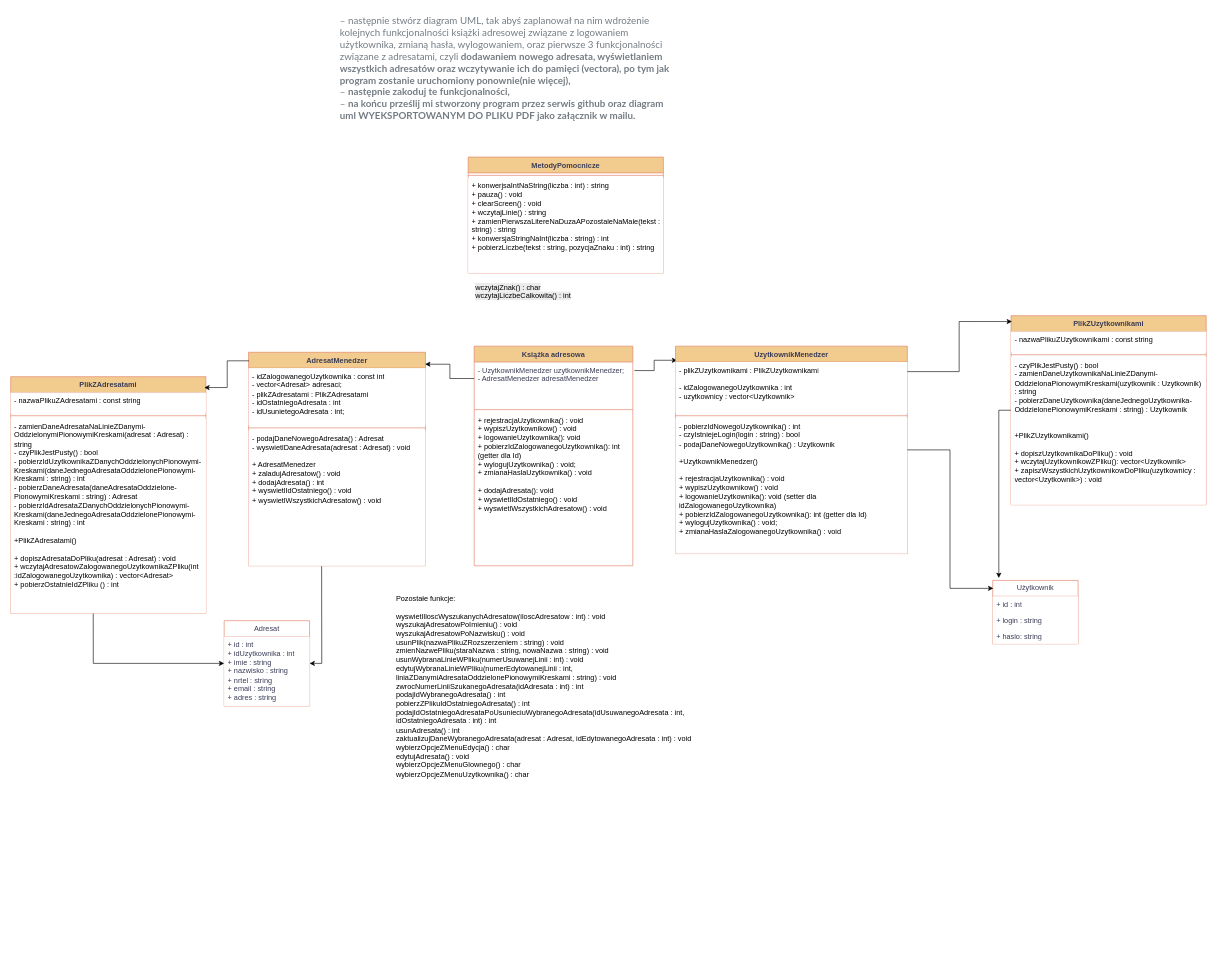
Before: Ksiazka adresowa.drawio in endyyKD/KsiazkaAdresowa_OOP, a draw.io diagram. Source tidied: cells renumbered, new cells numbered last; positions are measured from the earlier drawing's top-left corner, leaving out a move shared by most shapes. Both pictures are drawn from the tidied source at 61%, with x=0, y=0 at pixel (10, 10).
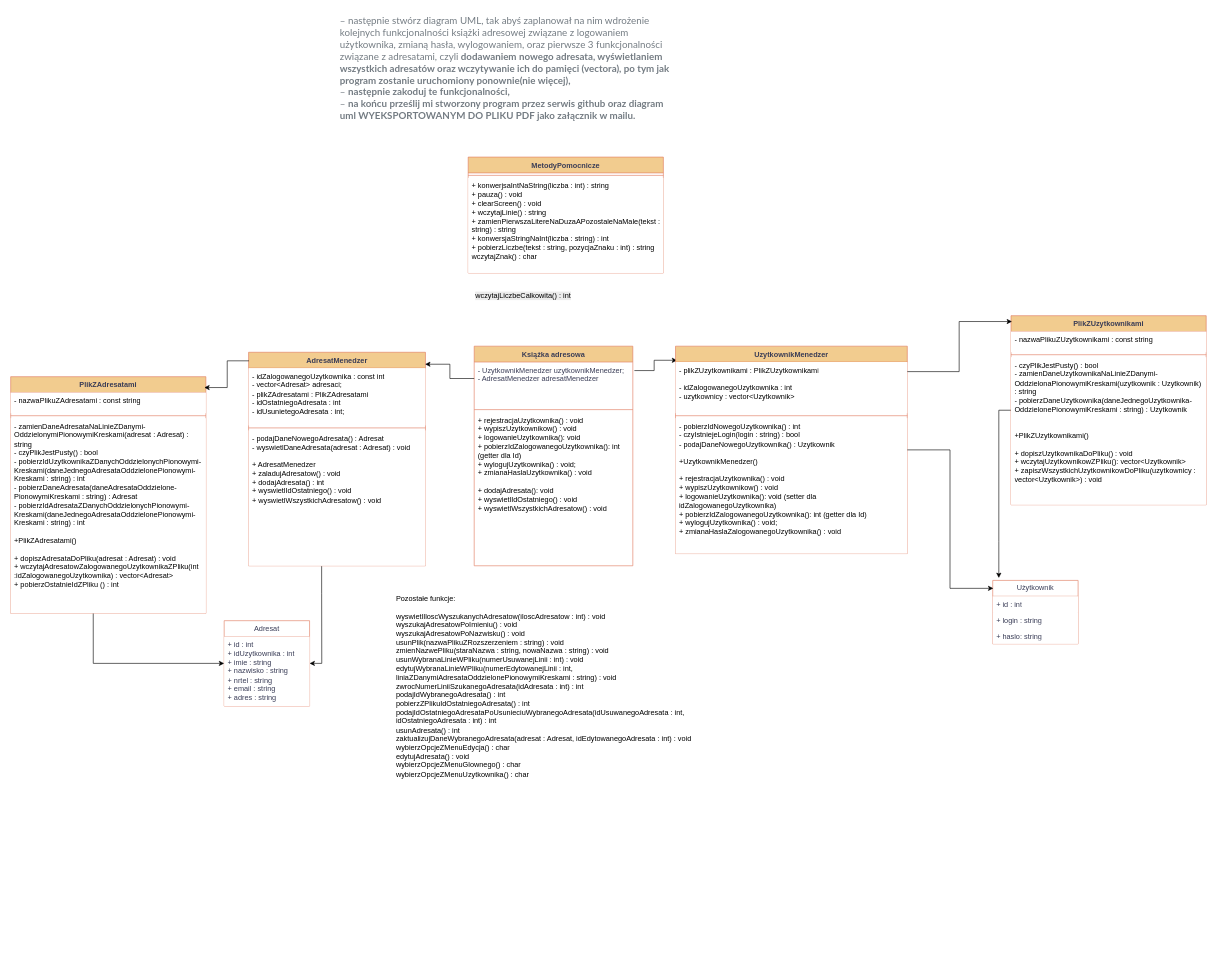
The same page after the edit.

Unchanged cells that the change refers to:
```xml
<mxCell id="20" value="MetodyPomocnicze" style="swimlane;fontStyle=1;align=center;verticalAlign=top;horizontal=1;startSize=26;whiteSpace=wrap;html=1;labelBackgroundColor=none;fillColor=#F2CC8F;strokeColor=#E07A5F;fontColor=#393C56;" parent="1" vertex="1">
  <mxGeometry x="750" y="240" width="320" height="190" as="geometry" />
</mxCell>
```

Diff of the diagram source:
```diff
@@
-    <mxCell id="22" value="&lt;div&gt;&lt;span style=&quot;color: rgb(0, 0, 0);&quot;&gt;+ konwerjsaIntNaString(liczba : int) : string&lt;/span&gt;&lt;/div&gt;&lt;div&gt;&lt;span style=&quot;color: rgb(0, 0, 0);&quot;&gt;&lt;span style=&quot;color: rgb(0, 0, 0);&quot;&gt;+ pauza() : void&lt;/span&gt;&lt;br style=&quot;padding: 0px; margin: 0px; color: rgb(0, 0, 0);&quot;&gt;&lt;span style=&quot;color: rgb(0, 0, 0);&quot;&gt;+ clearScreen() : void&lt;/span&gt;&lt;/span&gt;&lt;/div&gt;&lt;div&gt;&lt;span style=&quot;color: rgb(0, 0, 0);&quot;&gt;&lt;span style=&quot;color: rgb(0, 0, 0);&quot;&gt;+ wczytajLinie() : string&lt;/span&gt;&lt;/span&gt;&lt;/div&gt;&lt;div&gt;&lt;span style=&quot;color: rgb(0, 0, 0);&quot;&gt;&lt;span style=&quot;color: rgb(0, 0, 0);&quot;&gt;+ zamienPierwszaLitereNaDuzaAPozostaleNaMale(tekst : string) : string&lt;/span&gt;&lt;/span&gt;&lt;/div&gt;&lt;div&gt;&lt;span style=&quot;color: rgb(0, 0, 0);&quot;&gt;&lt;span style=&quot;color: rgb(0, 0, 0);&quot;&gt;+ konwersjaStringNaInt(liczba : string) : int&lt;/span&gt;&lt;/span&gt;&lt;/div&gt;&lt;div&gt;&lt;span style=&quot;color: rgb(0, 0, 0);&quot;&gt;&lt;span style=&quot;color: rgb(0, 0, 0);&quot;&gt;+&amp;nbsp;&lt;/span&gt;&lt;/span&gt;&lt;span style=&quot;color: rgb(0, 0, 0); background-color: transparent;&quot;&gt;pobierzLiczbe(tekst : string, pozycjaZnaku : int) : string&lt;/span&gt;&lt;/div&gt;" style="text;strokeColor=none;fillColor=default;align=left;verticalAlign=top;spacingLeft=4;spacingRight=4;overflow=hidden;whiteSpace=wrap;html=1;labelBackgroundColor=none;fontColor=#393C56;" parent="20" vertex="1">
+    <mxCell id="22" value="&lt;div&gt;&lt;span style=&quot;color: rgb(0, 0, 0);&quot;&gt;+ konwerjsaIntNaString(liczba : int) : string&lt;/span&gt;&lt;/div&gt;&lt;div&gt;&lt;span style=&quot;color: rgb(0, 0, 0);&quot;&gt;&lt;span style=&quot;color: rgb(0, 0, 0);&quot;&gt;+ pauza() : void&lt;/span&gt;&lt;br style=&quot;padding: 0px; margin: 0px; color: rgb(0, 0, 0);&quot;&gt;&lt;span style=&quot;color: rgb(0, 0, 0);&quot;&gt;+ clearScreen() : void&lt;/span&gt;&lt;/span&gt;&lt;/div&gt;&lt;div&gt;&lt;span style=&quot;color: rgb(0, 0, 0);&quot;&gt;&lt;span style=&quot;color: rgb(0, 0, 0);&quot;&gt;+ wczytajLinie() : string&lt;/span&gt;&lt;/span&gt;&lt;/div&gt;&lt;div&gt;&lt;span style=&quot;color: rgb(0, 0, 0);&quot;&gt;&lt;span style=&quot;color: rgb(0, 0, 0);&quot;&gt;+ zamienPierwszaLitereNaDuzaAPozostaleNaMale(tekst : string) : string&lt;/span&gt;&lt;/span&gt;&lt;/div&gt;&lt;div&gt;&lt;span style=&quot;color: rgb(0, 0, 0);&quot;&gt;&lt;span style=&quot;color: rgb(0, 0, 0);&quot;&gt;+ konwersjaStringNaInt(liczba : string) : int&lt;/span&gt;&lt;/span&gt;&lt;/div&gt;&lt;div&gt;&lt;span style=&quot;color: rgb(0, 0, 0);&quot;&gt;&lt;span style=&quot;color: rgb(0, 0, 0);&quot;&gt;+&amp;nbsp;&lt;/span&gt;&lt;/span&gt;&lt;span style=&quot;color: rgb(0, 0, 0); background-color: transparent;&quot;&gt;pobierzLiczbe(tekst : string, pozycjaZnaku : int) : string&lt;/span&gt;&lt;/div&gt;&lt;div&gt;&lt;span style=&quot;color: rgb(0, 0, 0); background-color: transparent;&quot;&gt;wczytajZnak() : char&lt;/span&gt;&lt;/div&gt;" style="text;strokeColor=none;fillColor=default;align=left;verticalAlign=top;spacingLeft=4;spacingRight=4;overflow=hidden;whiteSpace=wrap;html=1;labelBackgroundColor=none;fontColor=#393C56;" parent="20" vertex="1">
       <mxGeometry y="34" width="320" height="156" as="geometry" />
     </mxCell>
@@
-    <mxCell id="26" value="&lt;span style=&quot;color: rgb(0, 0, 0); font-family: Helvetica; font-size: 12px; font-style: normal; font-variant-ligatures: normal; font-variant-caps: normal; font-weight: 400; letter-spacing: normal; orphans: 2; text-align: left; text-indent: 0px; text-transform: none; widows: 2; word-spacing: 0px; -webkit-text-stroke-width: 0px; white-space: normal; background-color: rgb(236, 236, 236); text-decoration-thickness: initial; text-decoration-style: initial; text-decoration-color: initial; display: inline !important; float: none;&quot;&gt;wczytajZnak() : char&lt;/span&gt;&lt;br style=&quot;forced-color-adjust: none; padding: 0px; margin: 0px; color: rgb(0, 0, 0); font-family: Helvetica; font-size: 12px; font-style: normal; font-variant-ligatures: normal; font-variant-caps: normal; font-weight: 400; letter-spacing: normal; orphans: 2; text-align: left; text-indent: 0px; text-transform: none; widows: 2; word-spacing: 0px; -webkit-text-stroke-width: 0px; white-space: normal; background-color: rgb(236, 236, 236); text-decoration-thickness: initial; text-decoration-style: initial; text-decoration-color: initial;&quot;&gt;&lt;span style=&quot;color: rgb(0, 0, 0); font-family: Helvetica; font-size: 12px; font-style: normal; font-variant-ligatures: normal; font-variant-caps: normal; font-weight: 400; letter-spacing: normal; orphans: 2; text-align: left; text-indent: 0px; text-transform: none; widows: 2; word-spacing: 0px; -webkit-text-stroke-width: 0px; white-space: normal; background-color: rgb(236, 236, 236); text-decoration-thickness: initial; text-decoration-style: initial; text-decoration-color: initial; display: inline !important; float: none;&quot;&gt;wczytajLiczbeCalkowita() : int&lt;/span&gt;&lt;br style=&quot;forced-color-adjust: none; padding: 0px; margin: 0px; color: rgb(0, 0, 0); font-family: Helvetica; font-size: 12px; font-style: normal; font-variant-ligatures: normal; font-variant-caps: normal; font-weight: 400; letter-spacing: normal; orphans: 2; text-align: left; text-indent: 0px; text-transform: none; widows: 2; word-spacing: 0px; -webkit-text-stroke-width: 0px; white-space: normal; background-color: rgb(236, 236, 236); text-decoration-thickness: initial; text-decoration-style: initial; text-decoration-color: initial;&quot;&gt;&lt;div&gt;&lt;br&gt;&lt;/div&gt;" style="text;whiteSpace=wrap;html=1;" parent="1" vertex="1">
+    <mxCell id="26" value="&lt;br style=&quot;forced-color-adjust: none; padding: 0px; margin: 0px; color: rgb(0, 0, 0); font-family: Helvetica; font-size: 12px; font-style: normal; font-variant-ligatures: normal; font-variant-caps: normal; font-weight: 400; letter-spacing: normal; orphans: 2; text-align: left; text-indent: 0px; text-transform: none; widows: 2; word-spacing: 0px; -webkit-text-stroke-width: 0px; white-space: normal; background-color: rgb(236, 236, 236); text-decoration-thickness: initial; text-decoration-style: initial; text-decoration-color: initial;&quot;&gt;&lt;span style=&quot;color: rgb(0, 0, 0); font-family: Helvetica; font-size: 12px; font-style: normal; font-variant-ligatures: normal; font-variant-caps: normal; font-weight: 400; letter-spacing: normal; orphans: 2; text-align: left; text-indent: 0px; text-transform: none; widows: 2; word-spacing: 0px; -webkit-text-stroke-width: 0px; white-space: normal; background-color: rgb(236, 236, 236); text-decoration-thickness: initial; text-decoration-style: initial; text-decoration-color: initial; display: inline !important; float: none;&quot;&gt;wczytajLiczbeCalkowita() : int&lt;/span&gt;&lt;br style=&quot;forced-color-adjust: none; padding: 0px; margin: 0px; color: rgb(0, 0, 0); font-family: Helvetica; font-size: 12px; font-style: normal; font-variant-ligatures: normal; font-variant-caps: normal; font-weight: 400; letter-spacing: normal; orphans: 2; text-align: left; text-indent: 0px; text-transform: none; widows: 2; word-spacing: 0px; -webkit-text-stroke-width: 0px; white-space: normal; background-color: rgb(236, 236, 236); text-decoration-thickness: initial; text-decoration-style: initial; text-decoration-color: initial;&quot;&gt;&lt;div&gt;&lt;br&gt;&lt;/div&gt;" style="text;whiteSpace=wrap;html=1;" parent="1" vertex="1">
       <mxGeometry x="759.9" y="440" width="410" height="70" as="geometry" />
     </mxCell>
```
